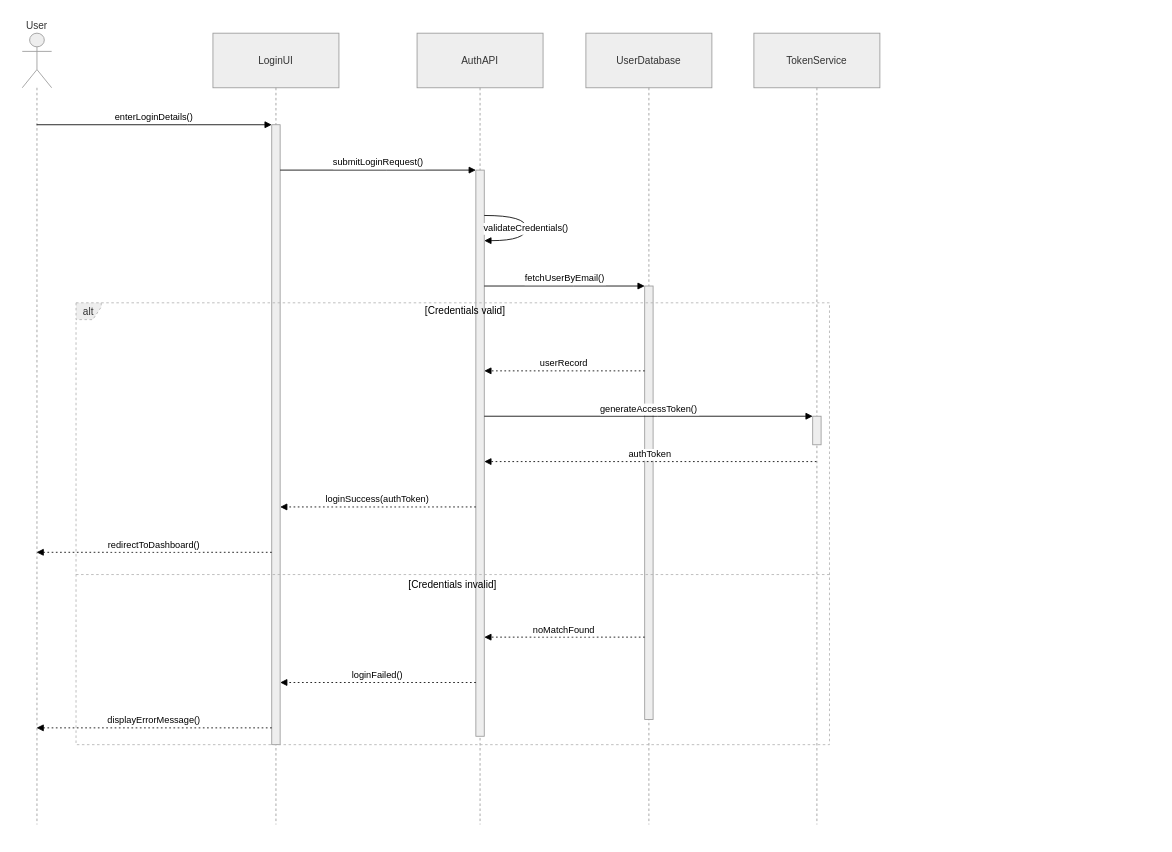
Before: final/Login Sequence Diagram.drawio in bidur7745/Drawio-Files, a draw.io diagram. Source tidied: cells renumbered, new cells numbered last; positions are measured from the earlier drawing's top-left corner, leaving out a move shared by most shapes. Both pictures are drawn from the tidied source at 84%, with x=0, y=0 at pixel (22, 33).
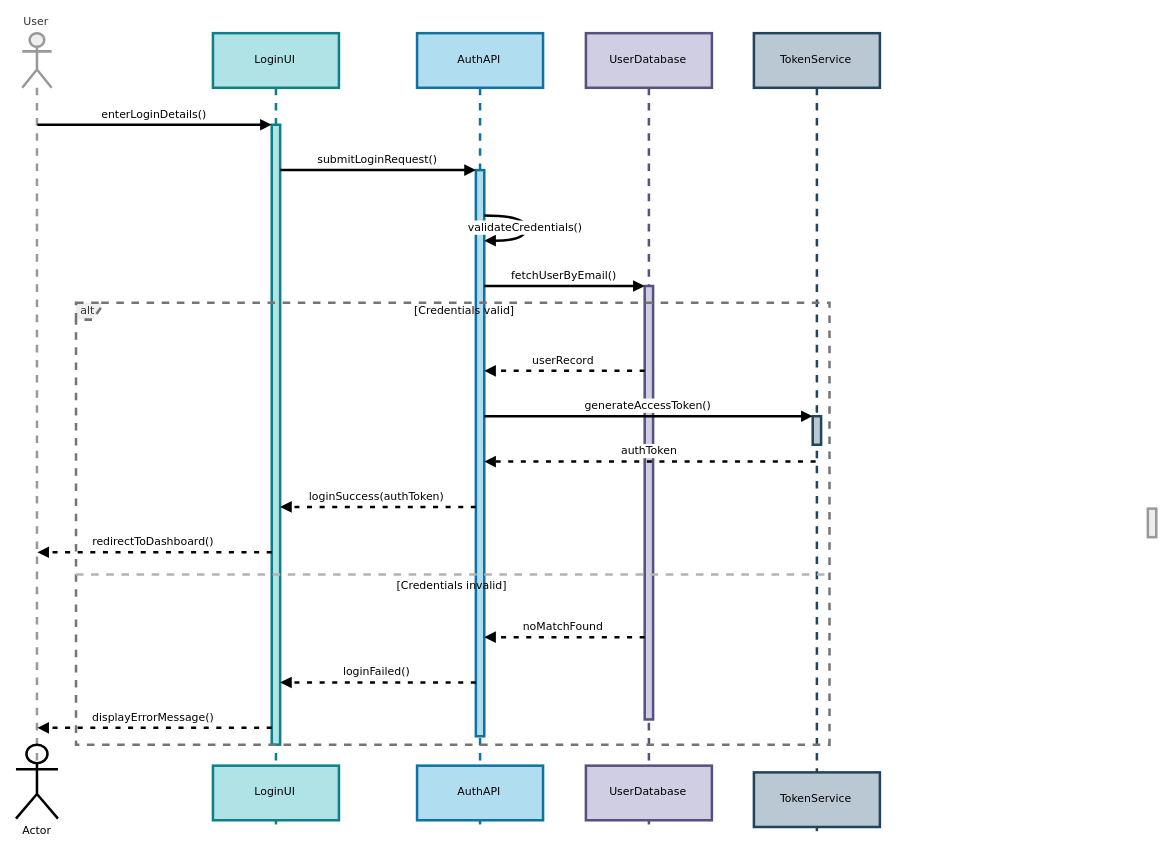
The same page after the edit.

What changed in the source:
```diff
@@
-    <mxCell id="2" value="User" style="shape=umlLifeline;perimeter=lifelinePerimeter;whiteSpace=wrap;outlineConnect=0;portConstraint=eastwest;newEdgeStyle={&quot;edgeStyle&quot;:&quot;elbowEdgeStyle&quot;,&quot;elbow&quot;:&quot;vertical&quot;,&quot;curved&quot;:0,&quot;rounded&quot;:0};participant=umlActor;verticalAlign=bottom;labelPosition=center;verticalLabelPosition=top;align=center;size=65;fillColor=light-dark(#eeeeee,#1f2020);strokeColor=light-dark(#999999,#cccccc);fontColor=light-dark(#333333,#cccccc);" parent="1" vertex="1">
-      <mxGeometry width="35" height="942" as="geometry" />
+    <mxCell id="2" value="User" style="shape=umlLifeline;perimeter=lifelinePerimeter;whiteSpace=wrap;outlineConnect=0;portConstraint=eastwest;newEdgeStyle={&quot;edgeStyle&quot;:&quot;elbowEdgeStyle&quot;,&quot;elbow&quot;:&quot;vertical&quot;,&quot;curved&quot;:0,&quot;rounded&quot;:0};participant=umlActor;verticalAlign=bottom;labelPosition=center;verticalLabelPosition=top;align=center;size=65;fillColor=light-dark(#eeeeee,#1f2020);strokeColor=light-dark(#999999,#cccccc);fontColor=light-dark(#333333,#cccccc);strokeWidth=3;fontSize=13;fontStyle=0;fontFamily=Verdana;spacingRight=6;spacingBottom=3;spacingLeft=4;" parent="1" vertex="1">
+      <mxGeometry width="35" height="870" as="geometry" />
     </mxCell>
-    <mxCell id="3" value="LoginUI" style="shape=umlLifeline;perimeter=lifelinePerimeter;whiteSpace=wrap;newEdgeStyle={&quot;edgeStyle&quot;:&quot;elbowEdgeStyle&quot;,&quot;elbow&quot;:&quot;vertical&quot;,&quot;curved&quot;:0,&quot;rounded&quot;:0};size=65;fillColor=light-dark(#eeeeee,#1f2020);strokeColor=light-dark(#999999,#cccccc);fontColor=light-dark(#333333,#cccccc);" parent="1" vertex="1">
+    <mxCell id="3" value="LoginUI" style="shape=umlLifeline;perimeter=lifelinePerimeter;whiteSpace=wrap;newEdgeStyle={&quot;edgeStyle&quot;:&quot;elbowEdgeStyle&quot;,&quot;elbow&quot;:&quot;vertical&quot;,&quot;curved&quot;:0,&quot;rounded&quot;:0};size=65;fillColor=#b0e3e6;strokeColor=#0e8088;strokeWidth=3;fontSize=13;fontStyle=0;fontFamily=Verdana;spacingRight=6;spacingBottom=3;spacingLeft=4;" parent="1" vertex="1">
       <mxGeometry x="227" width="150" height="942" as="geometry" />
     </mxCell>
-    <mxCell id="4" style="points=[];perimeter=orthogonalPerimeter;outlineConnect=0;targetShapes=umlLifeline;portConstraint=eastwest;newEdgeStyle={&quot;edgeStyle&quot;:&quot;elbowEdgeStyle&quot;,&quot;elbow&quot;:&quot;vertical&quot;,&quot;curved&quot;:0,&quot;rounded&quot;:0};fillColor=light-dark(#eeeeee,#1f2020);strokeColor=light-dark(#999999,#cccccc);fontColor=light-dark(#333333,#cccccc);" parent="3" vertex="1">
+    <mxCell id="4" style="points=[];perimeter=orthogonalPerimeter;outlineConnect=0;targetShapes=umlLifeline;portConstraint=eastwest;newEdgeStyle={&quot;edgeStyle&quot;:&quot;elbowEdgeStyle&quot;,&quot;elbow&quot;:&quot;vertical&quot;,&quot;curved&quot;:0,&quot;rounded&quot;:0};fillColor=#b0e3e6;strokeColor=#0e8088;strokeWidth=3;fontSize=13;fontStyle=0;fontFamily=Verdana;spacingRight=6;spacingBottom=3;spacingLeft=4;" parent="3" vertex="1">
       <mxGeometry x="70" y="109" width="10" height="738" as="geometry" />
     </mxCell>
-    <mxCell id="5" value="AuthAPI" style="shape=umlLifeline;perimeter=lifelinePerimeter;whiteSpace=wrap;newEdgeStyle={&quot;edgeStyle&quot;:&quot;elbowEdgeStyle&quot;,&quot;elbow&quot;:&quot;vertical&quot;,&quot;curved&quot;:0,&quot;rounded&quot;:0};size=65;fillColor=light-dark(#eeeeee,#1f2020);strokeColor=light-dark(#999999,#cccccc);fontColor=light-dark(#333333,#cccccc);" parent="1" vertex="1">
+    <mxCell id="5" value="AuthAPI" style="shape=umlLifeline;perimeter=lifelinePerimeter;whiteSpace=wrap;newEdgeStyle={&quot;edgeStyle&quot;:&quot;elbowEdgeStyle&quot;,&quot;elbow&quot;:&quot;vertical&quot;,&quot;curved&quot;:0,&quot;rounded&quot;:0};size=65;fillColor=#b1ddf0;strokeColor=#10739e;strokeWidth=3;fontSize=13;fontStyle=0;fontFamily=Verdana;spacingRight=6;spacingBottom=3;spacingLeft=4;" parent="1" vertex="1">
       <mxGeometry x="470" width="150" height="942" as="geometry" />
     </mxCell>
-    <mxCell id="6" style="points=[];perimeter=orthogonalPerimeter;outlineConnect=0;targetShapes=umlLifeline;portConstraint=eastwest;newEdgeStyle={&quot;edgeStyle&quot;:&quot;elbowEdgeStyle&quot;,&quot;elbow&quot;:&quot;vertical&quot;,&quot;curved&quot;:0,&quot;rounded&quot;:0};fillColor=light-dark(#eeeeee,#1f2020);strokeColor=light-dark(#999999,#cccccc);fontColor=light-dark(#333333,#cccccc);" parent="5" vertex="1">
+    <mxCell id="6" style="points=[];perimeter=orthogonalPerimeter;outlineConnect=0;targetShapes=umlLifeline;portConstraint=eastwest;newEdgeStyle={&quot;edgeStyle&quot;:&quot;elbowEdgeStyle&quot;,&quot;elbow&quot;:&quot;vertical&quot;,&quot;curved&quot;:0,&quot;rounded&quot;:0};fillColor=#b1ddf0;strokeColor=#10739e;strokeWidth=3;fontSize=13;fontStyle=0;fontFamily=Verdana;spacingRight=6;spacingBottom=3;spacingLeft=4;" parent="5" vertex="1">
       <mxGeometry x="70" y="163" width="10" height="674" as="geometry" />
     </mxCell>
-    <mxCell id="7" value="UserDatabase" style="shape=umlLifeline;perimeter=lifelinePerimeter;whiteSpace=wrap;newEdgeStyle={&quot;edgeStyle&quot;:&quot;elbowEdgeStyle&quot;,&quot;elbow&quot;:&quot;vertical&quot;,&quot;curved&quot;:0,&quot;rounded&quot;:0};size=65;fillColor=light-dark(#eeeeee,#1f2020);strokeColor=light-dark(#999999,#cccccc);fontColor=light-dark(#333333,#cccccc);" parent="1" vertex="1">
+    <mxCell id="7" value="UserDatabase" style="shape=umlLifeline;perimeter=lifelinePerimeter;whiteSpace=wrap;newEdgeStyle={&quot;edgeStyle&quot;:&quot;elbowEdgeStyle&quot;,&quot;elbow&quot;:&quot;vertical&quot;,&quot;curved&quot;:0,&quot;rounded&quot;:0};size=65;fillColor=#d0cee2;strokeColor=#56517e;strokeWidth=3;fontSize=13;fontStyle=0;fontFamily=Verdana;spacingRight=6;spacingBottom=3;spacingLeft=4;" parent="1" vertex="1">
       <mxGeometry x="671" width="150" height="942" as="geometry" />
     </mxCell>
-    <mxCell id="8" style="points=[];perimeter=orthogonalPerimeter;outlineConnect=0;targetShapes=umlLifeline;portConstraint=eastwest;newEdgeStyle={&quot;edgeStyle&quot;:&quot;elbowEdgeStyle&quot;,&quot;elbow&quot;:&quot;vertical&quot;,&quot;curved&quot;:0,&quot;rounded&quot;:0};fillColor=light-dark(#eeeeee,#1f2020);strokeColor=light-dark(#999999,#cccccc);fontColor=light-dark(#333333,#cccccc);" parent="7" vertex="1">
+    <mxCell id="8" style="points=[];perimeter=orthogonalPerimeter;outlineConnect=0;targetShapes=umlLifeline;portConstraint=eastwest;newEdgeStyle={&quot;edgeStyle&quot;:&quot;elbowEdgeStyle&quot;,&quot;elbow&quot;:&quot;vertical&quot;,&quot;curved&quot;:0,&quot;rounded&quot;:0};fillColor=#d0cee2;strokeColor=#56517e;strokeWidth=3;fontSize=13;fontStyle=0;fontFamily=Verdana;spacingRight=6;spacingBottom=3;spacingLeft=4;" parent="7" vertex="1">
       <mxGeometry x="70" y="301" width="10" height="516" as="geometry" />
     </mxCell>
-    <mxCell id="9" value="TokenService" style="shape=umlLifeline;perimeter=lifelinePerimeter;whiteSpace=wrap;outlineConnect=0;portConstraint=eastwest;newEdgeStyle={&quot;edgeStyle&quot;:&quot;elbowEdgeStyle&quot;,&quot;elbow&quot;:&quot;vertical&quot;,&quot;curved&quot;:0,&quot;rounded&quot;:0};size=65;fillColor=light-dark(#eeeeee,#1f2020);strokeColor=light-dark(#999999,#cccccc);fontColor=light-dark(#333333,#cccccc);" parent="1" vertex="1">
+    <mxCell id="9" value="TokenService" style="shape=umlLifeline;perimeter=lifelinePerimeter;whiteSpace=wrap;outlineConnect=0;portConstraint=eastwest;newEdgeStyle={&quot;edgeStyle&quot;:&quot;elbowEdgeStyle&quot;,&quot;elbow&quot;:&quot;vertical&quot;,&quot;curved&quot;:0,&quot;rounded&quot;:0};size=65;fillColor=#bac8d3;strokeColor=#23445d;strokeWidth=3;fontSize=13;fontStyle=0;fontFamily=Verdana;spacingRight=6;spacingBottom=3;spacingLeft=4;" parent="1" vertex="1">
       <mxGeometry x="871" width="150" height="942" as="geometry" />
     </mxCell>
-    <mxCell id="10" style="points=[];perimeter=orthogonalPerimeter;outlineConnect=0;targetShapes=umlLifeline;portConstraint=eastwest;newEdgeStyle={&quot;edgeStyle&quot;:&quot;elbowEdgeStyle&quot;,&quot;elbow&quot;:&quot;vertical&quot;,&quot;curved&quot;:0,&quot;rounded&quot;:0};fillColor=light-dark(#eeeeee,#1f2020);strokeColor=light-dark(#999999,#cccccc);fontColor=light-dark(#333333,#cccccc);" parent="9" vertex="1">
+    <mxCell id="10" style="points=[];perimeter=orthogonalPerimeter;outlineConnect=0;targetShapes=umlLifeline;portConstraint=eastwest;newEdgeStyle={&quot;edgeStyle&quot;:&quot;elbowEdgeStyle&quot;,&quot;elbow&quot;:&quot;vertical&quot;,&quot;curved&quot;:0,&quot;rounded&quot;:0};fillColor=#bac8d3;strokeColor=#23445d;strokeWidth=3;fontSize=13;fontStyle=0;fontFamily=Verdana;spacingRight=6;spacingBottom=3;spacingLeft=4;" parent="9" vertex="1">
       <mxGeometry x="70" y="456" width="10" height="34" as="geometry" />
     </mxCell>
-    <mxCell id="11" value="alt" style="shape=umlFrame;dashed=1;strokeColor=#B3B3B3;height=20;width=30;fillColor=light-dark(#eeeeee,#1f2020);fontColor=light-dark(#333333,#cccccc);" parent="1" vertex="1">
+    <mxCell id="11" value="alt" style="shape=umlFrame;dashed=1;strokeColor=light-dark(#757575, #535353);height=20;width=30;fillColor=light-dark(#eeeeee,#1f2020);fontColor=light-dark(#333333,#cccccc);strokeWidth=3;fontSize=13;fontStyle=0;fontFamily=Verdana;spacingRight=6;spacingBottom=3;spacingLeft=4;" parent="1" vertex="1">
       <mxGeometry x="64" y="321" width="897" height="526" as="geometry" />
     </mxCell>
-    <mxCell id="12" value="[Credentials valid]" style="text;strokeColor=none;fillColor=none;align=center;verticalAlign=middle;whiteSpace=wrap;" parent="11" vertex="1">
+    <mxCell id="12" value="[Credentials valid]" style="text;strokeColor=none;fillColor=none;align=center;verticalAlign=middle;whiteSpace=wrap;strokeWidth=3;fontSize=13;fontStyle=0;fontFamily=Verdana;spacingRight=6;spacingBottom=3;spacingLeft=4;" parent="11" vertex="1">
       <mxGeometry x="30" width="867" height="20" as="geometry" />
     </mxCell>
-    <mxCell id="13" value="[Credentials invalid]" style="shape=line;dashed=1;whiteSpace=wrap;verticalAlign=top;labelPosition=center;verticalLabelPosition=middle;align=center;strokeColor=#B3B3B3;" parent="11" vertex="1">
+    <mxCell id="13" value="[Credentials invalid]" style="shape=line;dashed=1;whiteSpace=wrap;verticalAlign=top;labelPosition=center;verticalLabelPosition=middle;align=center;strokeColor=#B3B3B3;strokeWidth=3;fontSize=13;fontStyle=0;fontFamily=Verdana;spacingRight=6;spacingBottom=3;spacingLeft=4;" parent="11" vertex="1">
       <mxGeometry y="322" width="897" height="3" as="geometry" />
     </mxCell>
-    <mxCell id="14" value="enterLoginDetails()" style="verticalAlign=bottom;edgeStyle=elbowEdgeStyle;elbow=vertical;curved=0;rounded=0;endArrow=block;" parent="1" edge="1" source="2" target="4">
+    <mxCell id="14" value="enterLoginDetails()" style="verticalAlign=bottom;edgeStyle=elbowEdgeStyle;elbow=vertical;curved=0;rounded=0;endArrow=block;strokeWidth=3;fontSize=13;fontStyle=0;fontFamily=Verdana;spacingRight=6;spacingBottom=3;spacingLeft=4;" parent="1" edge="1" source="2" target="4">
       <mxGeometry relative="1" as="geometry">
         <Array as="points">
           <mxPoint x="197" y="109" />
         </Array>
       </mxGeometry>
     </mxCell>
-    <mxCell id="15" value="submitLoginRequest()" style="verticalAlign=bottom;edgeStyle=elbowEdgeStyle;elbow=vertical;curved=0;rounded=0;endArrow=block;" parent="1" edge="1" source="4" target="6">
+    <mxCell id="15" value="submitLoginRequest()" style="verticalAlign=bottom;edgeStyle=elbowEdgeStyle;elbow=vertical;curved=0;rounded=0;endArrow=block;strokeWidth=3;fontSize=13;fontStyle=0;fontFamily=Verdana;spacingRight=6;spacingBottom=3;spacingLeft=4;" parent="1" edge="1" source="4" target="6">
       <mxGeometry relative="1" as="geometry">
         <Array as="points">
           <mxPoint x="434" y="163" />
         </Array>
       </mxGeometry>
     </mxCell>
-    <mxCell id="16" value="validateCredentials()" style="curved=1;endArrow=block;rounded=0;" parent="1" edge="1" source="6" target="6">
+    <mxCell id="16" value="validateCredentials()" style="curved=1;endArrow=block;rounded=0;strokeWidth=3;fontSize=13;fontStyle=0;fontFamily=Verdana;spacingRight=6;spacingBottom=3;spacingLeft=4;" parent="1" edge="1" source="6" target="6">
       <mxGeometry relative="1" as="geometry">
         <Array as="points">
           <mxPoint x="600" y="217" />
           <mxPoint x="600" y="247" />
         </Array>
       </mxGeometry>
     </mxCell>
-    <mxCell id="17" value="fetchUserByEmail()" style="verticalAlign=bottom;edgeStyle=elbowEdgeStyle;elbow=vertical;curved=0;rounded=0;endArrow=block;" parent="1" edge="1" source="6" target="8">
+    <mxCell id="17" value="fetchUserByEmail()" style="verticalAlign=bottom;edgeStyle=elbowEdgeStyle;elbow=vertical;curved=0;rounded=0;endArrow=block;strokeWidth=3;fontSize=13;fontStyle=0;fontFamily=Verdana;spacingRight=6;spacingBottom=3;spacingLeft=4;" parent="1" edge="1" source="6" target="8">
       <mxGeometry relative="1" as="geometry">
         <Array as="points">
           <mxPoint x="656" y="301" />
         </Array>
       </mxGeometry>
     </mxCell>
-    <mxCell id="18" value="userRecord" style="verticalAlign=bottom;edgeStyle=elbowEdgeStyle;elbow=vertical;curved=0;rounded=0;dashed=1;dashPattern=2 3;endArrow=block;" parent="1" edge="1" source="8" target="6">
+    <mxCell id="18" value="userRecord" style="verticalAlign=bottom;edgeStyle=elbowEdgeStyle;elbow=vertical;curved=0;rounded=0;dashed=1;dashPattern=2 3;endArrow=block;strokeWidth=3;fontSize=13;fontStyle=0;fontFamily=Verdana;spacingRight=6;spacingBottom=3;spacingLeft=4;" parent="1" edge="1" source="8" target="6">
       <mxGeometry relative="1" as="geometry">
         <Array as="points">
           <mxPoint x="657" y="402" />
         </Array>
       </mxGeometry>
     </mxCell>
-    <mxCell id="19" value="generateAccessToken()" style="verticalAlign=bottom;edgeStyle=elbowEdgeStyle;elbow=vertical;curved=0;rounded=0;endArrow=block;" parent="1" edge="1" source="6" target="10">
+    <mxCell id="19" value="generateAccessToken()" style="verticalAlign=bottom;edgeStyle=elbowEdgeStyle;elbow=vertical;curved=0;rounded=0;endArrow=block;strokeWidth=3;fontSize=13;fontStyle=0;fontFamily=Verdana;spacingRight=6;spacingBottom=3;spacingLeft=4;" parent="1" edge="1" source="6" target="10">
       <mxGeometry relative="1" as="geometry">
         <Array as="points">
           <mxPoint x="756" y="456" />
         </Array>
       </mxGeometry>
     </mxCell>
-    <mxCell id="20" value="authToken" style="verticalAlign=bottom;edgeStyle=elbowEdgeStyle;elbow=vertical;curved=0;rounded=0;dashed=1;dashPattern=2 3;endArrow=block;" parent="1" edge="1" source="9" target="6">
+    <mxCell id="20" value="authToken" style="verticalAlign=bottom;edgeStyle=elbowEdgeStyle;elbow=vertical;curved=0;rounded=0;dashed=1;dashPattern=2 3;endArrow=block;strokeWidth=3;fontSize=13;fontStyle=0;fontFamily=Verdana;spacingRight=6;spacingBottom=3;spacingLeft=4;" parent="1" edge="1" source="9" target="6">
       <mxGeometry relative="1" as="geometry">
         <Array as="points">
           <mxPoint x="757" y="510" />
         </Array>
       </mxGeometry>
     </mxCell>
-    <mxCell id="21" value="loginSuccess(authToken)" style="verticalAlign=bottom;edgeStyle=elbowEdgeStyle;elbow=vertical;curved=0;rounded=0;dashed=1;dashPattern=2 3;endArrow=block;" parent="1" edge="1" source="6" target="4">
+    <mxCell id="21" value="loginSuccess(authToken)" style="verticalAlign=bottom;edgeStyle=elbowEdgeStyle;elbow=vertical;curved=0;rounded=0;dashed=1;dashPattern=2 3;endArrow=block;strokeWidth=3;fontSize=13;fontStyle=0;fontFamily=Verdana;spacingRight=6;spacingBottom=3;spacingLeft=4;" parent="1" edge="1" source="6" target="4">
       <mxGeometry relative="1" as="geometry">
         <Array as="points">
           <mxPoint x="435" y="564" />
         </Array>
       </mxGeometry>
     </mxCell>
-    <mxCell id="22" value="redirectToDashboard()" style="verticalAlign=bottom;edgeStyle=elbowEdgeStyle;elbow=vertical;curved=0;rounded=0;dashed=1;dashPattern=2 3;endArrow=block;" parent="1" edge="1" source="4" target="2">
+    <mxCell id="22" value="redirectToDashboard()" style="verticalAlign=bottom;edgeStyle=elbowEdgeStyle;elbow=vertical;curved=0;rounded=0;dashed=1;dashPattern=2 3;endArrow=block;strokeWidth=3;fontSize=13;fontStyle=0;fontFamily=Verdana;spacingRight=6;spacingBottom=3;spacingLeft=4;" parent="1" edge="1" source="4" target="2">
       <mxGeometry relative="1" as="geometry">
         <Array as="points">
           <mxPoint x="198" y="618" />
         </Array>
       </mxGeometry>
     </mxCell>
-    <mxCell id="23" value="noMatchFound" style="verticalAlign=bottom;edgeStyle=elbowEdgeStyle;elbow=vertical;curved=0;rounded=0;dashed=1;dashPattern=2 3;endArrow=block;" parent="1" edge="1" source="8" target="6">
+    <mxCell id="23" value="noMatchFound" style="verticalAlign=bottom;edgeStyle=elbowEdgeStyle;elbow=vertical;curved=0;rounded=0;dashed=1;dashPattern=2 3;endArrow=block;strokeWidth=3;fontSize=13;fontStyle=0;fontFamily=Verdana;spacingRight=6;spacingBottom=3;spacingLeft=4;" parent="1" edge="1" source="8" target="6">
       <mxGeometry relative="1" as="geometry">
         <Array as="points">
           <mxPoint x="657" y="719" />
         </Array>
       </mxGeometry>
     </mxCell>
-    <mxCell id="24" value="loginFailed()" style="verticalAlign=bottom;edgeStyle=elbowEdgeStyle;elbow=vertical;curved=0;rounded=0;dashed=1;dashPattern=2 3;endArrow=block;" parent="1" edge="1" source="6" target="4">
+    <mxCell id="24" value="loginFailed()" style="verticalAlign=bottom;edgeStyle=elbowEdgeStyle;elbow=vertical;curved=0;rounded=0;dashed=1;dashPattern=2 3;endArrow=block;strokeWidth=3;fontSize=13;fontStyle=0;fontFamily=Verdana;spacingRight=6;spacingBottom=3;spacingLeft=4;" parent="1" edge="1" source="6" target="4">
       <mxGeometry relative="1" as="geometry">
         <Array as="points">
           <mxPoint x="435" y="773" />
         </Array>
       </mxGeometry>
     </mxCell>
-    <mxCell id="25" value="displayErrorMessage()" style="verticalAlign=bottom;edgeStyle=elbowEdgeStyle;elbow=vertical;curved=0;rounded=0;dashed=1;dashPattern=2 3;endArrow=block;" parent="1" edge="1" source="4" target="2">
+    <mxCell id="25" value="displayErrorMessage()" style="verticalAlign=bottom;edgeStyle=elbowEdgeStyle;elbow=vertical;curved=0;rounded=0;dashed=1;dashPattern=2 3;endArrow=block;strokeWidth=3;fontSize=13;fontStyle=0;fontFamily=Verdana;spacingRight=6;spacingBottom=3;spacingLeft=4;" parent="1" edge="1" source="4" target="2">
       <mxGeometry relative="1" as="geometry">
         <Array as="points">
           <mxPoint x="198" y="827" />
         </Array>
       </mxGeometry>
     </mxCell>
+    <mxCell id="26" value="TokenService" style="shape=umlLifeline;perimeter=lifelinePerimeter;whiteSpace=wrap;newEdgeStyle={&quot;edgeStyle&quot;:&quot;elbowEdgeStyle&quot;,&quot;elbow&quot;:&quot;vertical&quot;,&quot;curved&quot;:0,&quot;rounded&quot;:0};size=65;fillColor=#bac8d3;strokeColor=#23445d;strokeWidth=3;fontSize=13;fontStyle=0;fontFamily=Verdana;spacingRight=6;spacingBottom=3;spacingLeft=4;" parent="1" vertex="1">
+      <mxGeometry x="871" y="880" width="150" height="70" as="geometry" />
+    </mxCell>
+    <mxCell id="27" style="perimeter=orthogonalPerimeter;targetShapes=umlLifeline;newEdgeStyle={&quot;edgeStyle&quot;:&quot;elbowEdgeStyle&quot;,&quot;elbow&quot;:&quot;vertical&quot;,&quot;curved&quot;:0,&quot;rounded&quot;:0};fillColor=light-dark(#eeeeee,#1f2020);strokeColor=light-dark(#999999,#cccccc);fontColor=light-dark(#333333,#cccccc);strokeWidth=3;fontSize=13;fontStyle=0;fontFamily=Verdana;spacingRight=6;spacingBottom=3;spacingLeft=4;" parent="1" vertex="1">
+      <mxGeometry x="1340" y="566" width="10" height="34" as="geometry" />
+    </mxCell>
+    <mxCell id="28" value="UserDatabase" style="shape=umlLifeline;perimeter=lifelinePerimeter;whiteSpace=wrap;newEdgeStyle={&quot;edgeStyle&quot;:&quot;elbowEdgeStyle&quot;,&quot;elbow&quot;:&quot;vertical&quot;,&quot;curved&quot;:0,&quot;rounded&quot;:0};size=65;fillColor=#d0cee2;strokeColor=#56517e;strokeWidth=3;fontSize=13;fontStyle=0;fontFamily=Verdana;spacingRight=6;spacingBottom=3;spacingLeft=4;" parent="1" vertex="1">
+      <mxGeometry x="671" y="872" width="150" height="70" as="geometry" />
+    </mxCell>
+    <mxCell id="29" value="AuthAPI" style="shape=umlLifeline;perimeter=lifelinePerimeter;whiteSpace=wrap;newEdgeStyle={&quot;edgeStyle&quot;:&quot;elbowEdgeStyle&quot;,&quot;elbow&quot;:&quot;vertical&quot;,&quot;curved&quot;:0,&quot;rounded&quot;:0};size=65;fillColor=#b1ddf0;strokeColor=#10739e;strokeWidth=3;fontSize=13;fontStyle=0;fontFamily=Verdana;spacingRight=6;spacingBottom=3;spacingLeft=4;" parent="1" vertex="1">
+      <mxGeometry x="470" y="872" width="150" height="70" as="geometry" />
+    </mxCell>
+    <mxCell id="30" value="LoginUI" style="shape=umlLifeline;perimeter=lifelinePerimeter;whiteSpace=wrap;newEdgeStyle={&quot;edgeStyle&quot;:&quot;elbowEdgeStyle&quot;,&quot;elbow&quot;:&quot;vertical&quot;,&quot;curved&quot;:0,&quot;rounded&quot;:0};size=65;fillColor=#b0e3e6;strokeColor=#0e8088;strokeWidth=3;fontSize=13;fontStyle=0;fontFamily=Verdana;spacingRight=6;spacingBottom=3;spacingLeft=4;" parent="1" vertex="1">
+      <mxGeometry x="227" y="872" width="150" height="70" as="geometry" />
+    </mxCell>
+    <mxCell id="31" value="Actor" style="shape=umlActor;verticalLabelPosition=bottom;verticalAlign=top;html=1;align=center;fontFamily=Verdana;fontSize=13;fontColor=default;fillColor=none;gradientColor=none;strokeWidth=3;spacingRight=6;spacingBottom=3;spacingLeft=4;fontStyle=0;" parent="1" vertex="1">
+      <mxGeometry x="-7.5" y="847" width="50" height="88" as="geometry" />
+    </mxCell>
```
